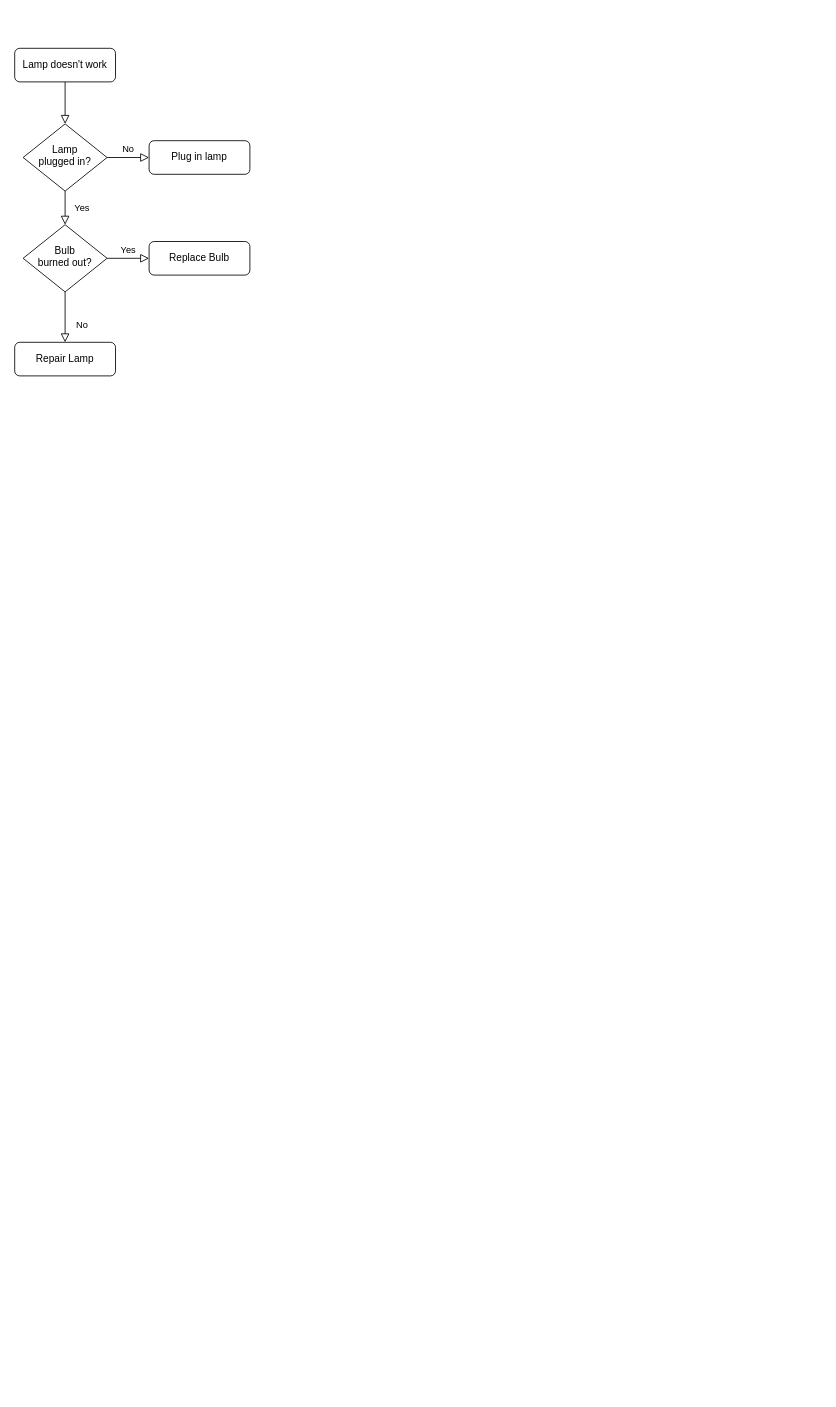
Before: 前端体系/Untitled Diagram.drawio in YouAge/StudyNotes, a draw.io diagram. Source tidied: cells renumbered, new cells numbered last; positions are measured from the earlier drawing's top-left corner, leaving out a move shared by most shapes. Both pictures are drawn from the tidied source at 84%, with x=0, y=0 at pixel (14, 48).
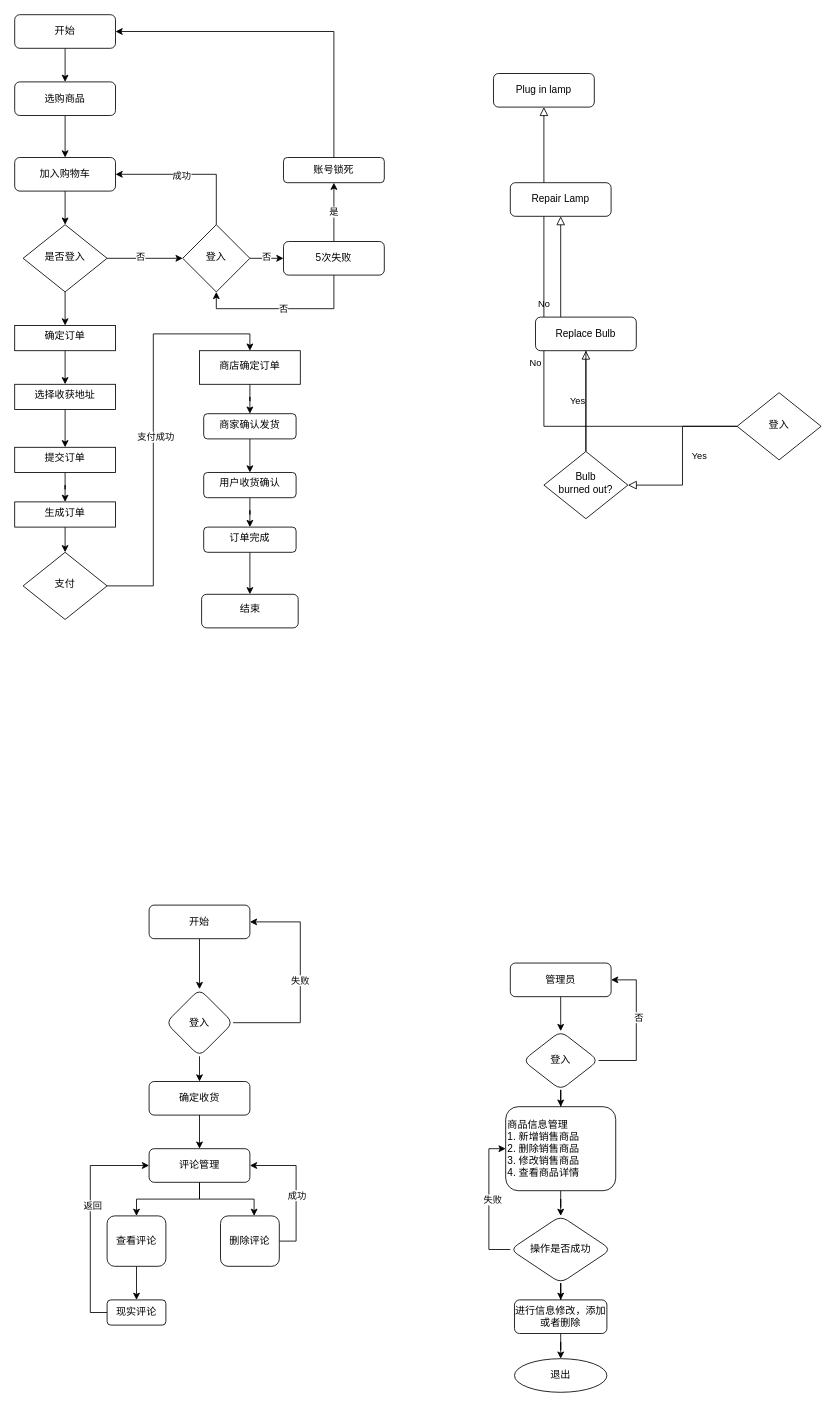
Above is the later version.

Change to the diagram source:
```diff
@@
-    <mxCell id="2" style="rounded=0;html=1;jettySize=auto;fontSize=11;endArrow=block;endFill=0;endSize=8;strokeWidth=1;shadow=0;labelBackgroundColor=none;edgeStyle=orthogonalEdgeStyle;" parent="1" edge="1" source="3" target="6">
-      <mxGeometry relative="1" as="geometry" />
-    </mxCell>
+    <mxCell id="13" style="edgeStyle=orthogonalEdgeStyle;rounded=0;jettySize=auto;html=1;exitX=0.5;exitY=1;exitDx=0;exitDy=0;entryX=0.5;entryY=0;entryDx=0;entryDy=0;" parent="1" edge="1" source="3" target="15">
+      <mxGeometry relative="1" as="geometry" />
+    </mxCell>
-    <mxCell id="3" value="Lamp doesn't work" style="rounded=1;whiteSpace=wrap;html=1;fontSize=12;glass=0;strokeWidth=1;shadow=0;" parent="1" vertex="1">
-      <mxGeometry width="120" height="40" as="geometry" />
+    <mxCell id="3" value="开始" style="rounded=1;whiteSpace=wrap;html=1;fontSize=12;glass=0;strokeWidth=1;shadow=0;" parent="1" vertex="1">
+      <mxGeometry y="-40" width="120" height="40" as="geometry" />
     </mxCell>
@@
-    <mxCell id="6" value="Lamp&lt;br&gt;plugged in?" style="rhombus;whiteSpace=wrap;html=1;shadow=0;fontFamily=Helvetica;fontSize=12;align=center;strokeWidth=1;spacing=6;spacingTop=-4;" parent="1" vertex="1">
-      <mxGeometry x="10" y="90" width="100" height="80" as="geometry" />
+    <mxCell id="6" value="登入" style="rhombus;whiteSpace=wrap;html=1;shadow=0;fontFamily=Helvetica;fontSize=12;align=center;strokeWidth=1;spacing=6;spacingTop=-4;" parent="1" vertex="1">
+      <mxGeometry x="860" y="410" width="100" height="80" as="geometry" />
     </mxCell>
     <mxCell id="7" value="Plug in lamp" style="rounded=1;whiteSpace=wrap;html=1;fontSize=12;glass=0;strokeWidth=1;shadow=0;" parent="1" vertex="1">
-      <mxGeometry x="160" y="110" width="120" height="40" as="geometry" />
+      <mxGeometry x="570" y="30" width="120" height="40" as="geometry" />
     </mxCell>
@@
     <mxCell id="10" value="Bulb&lt;br&gt;burned out?" style="rhombus;whiteSpace=wrap;html=1;shadow=0;fontFamily=Helvetica;fontSize=12;align=center;strokeWidth=1;spacing=6;spacingTop=-4;" parent="1" vertex="1">
-      <mxGeometry x="10" y="210" width="100" height="80" as="geometry" />
+      <mxGeometry x="630" y="480" width="100" height="80" as="geometry" />
     </mxCell>
     <mxCell id="11" value="Repair Lamp" style="rounded=1;whiteSpace=wrap;html=1;fontSize=12;glass=0;strokeWidth=1;shadow=0;" parent="1" vertex="1">
-      <mxGeometry y="350" width="120" height="40" as="geometry" />
+      <mxGeometry x="590" y="160" width="120" height="40" as="geometry" />
     </mxCell>
     <mxCell id="12" value="Replace Bulb" style="rounded=1;whiteSpace=wrap;html=1;fontSize=12;glass=0;strokeWidth=1;shadow=0;" parent="1" vertex="1">
-      <mxGeometry x="160" y="230" width="120" height="40" as="geometry" />
+      <mxGeometry x="620" y="320" width="120" height="40" as="geometry" />
     </mxCell>
+    <mxCell id="14" style="edgeStyle=orthogonalEdgeStyle;rounded=0;jettySize=auto;html=1;exitX=0.5;exitY=1;exitDx=0;exitDy=0;entryX=0.5;entryY=0;entryDx=0;entryDy=0;" parent="1" edge="1" source="15" target="17">
+      <mxGeometry relative="1" as="geometry" />
+    </mxCell>
+    <mxCell id="15" value="选购商品" style="rounded=1;whiteSpace=wrap;html=1;fontSize=12;glass=0;strokeWidth=1;shadow=0;" parent="1" vertex="1">
+      <mxGeometry y="40" width="120" height="40" as="geometry" />
+    </mxCell>
+    <mxCell id="16" style="edgeStyle=orthogonalEdgeStyle;rounded=0;jettySize=auto;html=1;exitX=0.5;exitY=1;exitDx=0;exitDy=0;entryX=0.5;entryY=0;entryDx=0;entryDy=0;" parent="1" edge="1" source="17" target="21">
+      <mxGeometry relative="1" as="geometry" />
+    </mxCell>
+    <mxCell id="17" value="加入购物车" style="rounded=1;whiteSpace=wrap;html=1;fontSize=12;glass=0;strokeWidth=1;shadow=0;" parent="1" vertex="1">
+      <mxGeometry y="130" width="120" height="40" as="geometry" />
+    </mxCell>
+    <mxCell id="18" style="edgeStyle=orthogonalEdgeStyle;rounded=0;jettySize=auto;html=1;" parent="1" edge="1" source="21" target="26">
+      <mxGeometry relative="1" as="geometry" />
+    </mxCell>
+    <mxCell id="19" value="否" style="edgeLabel;html=1;align=center;verticalAlign=middle;" parent="18" vertex="1">
+      <mxGeometry x="-0.13" y="2" relative="1" as="geometry" />
+    </mxCell>
+    <mxCell id="20" style="edgeStyle=orthogonalEdgeStyle;rounded=0;jettySize=auto;html=1;" parent="1" edge="1" source="21" target="28">
+      <mxGeometry relative="1" as="geometry" />
+    </mxCell>
+    <mxCell id="21" value="是否登入" style="rhombus;whiteSpace=wrap;html=1;shadow=0;fontFamily=Helvetica;fontSize=12;align=center;strokeWidth=1;spacing=6;spacingTop=-4;" parent="1" vertex="1">
+      <mxGeometry x="10" y="210" width="100" height="80" as="geometry" />
+    </mxCell>
+    <mxCell id="22" style="edgeStyle=orthogonalEdgeStyle;rounded=0;jettySize=auto;html=1;exitX=0.5;exitY=0;exitDx=0;exitDy=0;entryX=1;entryY=0.5;entryDx=0;entryDy=0;" parent="1" edge="1" source="26" target="17">
+      <mxGeometry relative="1" as="geometry" />
+    </mxCell>
+    <mxCell id="23" value="成功" style="edgeLabel;html=1;align=center;verticalAlign=middle;" parent="22" vertex="1">
+      <mxGeometry x="0.13" y="1" relative="1" as="geometry" />
+    </mxCell>
+    <mxCell id="24" style="edgeStyle=orthogonalEdgeStyle;rounded=0;jettySize=auto;html=1;exitX=1;exitY=0.5;exitDx=0;exitDy=0;entryX=0;entryY=0.5;entryDx=0;entryDy=0;" parent="1" edge="1" source="26" target="31">
+      <mxGeometry relative="1" as="geometry" />
+    </mxCell>
+    <mxCell id="25" value="否" style="edgeLabel;html=1;align=center;verticalAlign=middle;" parent="24" vertex="1">
+      <mxGeometry x="-0.05" y="2" relative="1" as="geometry" />
+    </mxCell>
+    <mxCell id="26" value="登入" style="rhombus;whiteSpace=wrap;html=1;shadow=0;strokeWidth=1;spacing=6;spacingTop=-4;" parent="1" vertex="1">
+      <mxGeometry x="200" y="210" width="80" height="80" as="geometry" />
+    </mxCell>
+    <mxCell id="27" style="edgeStyle=orthogonalEdgeStyle;rounded=0;jettySize=auto;html=1;" parent="1" edge="1" source="28" target="35">
+      <mxGeometry relative="1" as="geometry" />
+    </mxCell>
+    <mxCell id="28" value="确定订单" style="whiteSpace=wrap;html=1;shadow=0;strokeWidth=1;spacing=6;spacingTop=-4;" parent="1" vertex="1">
+      <mxGeometry y="330" width="120" height="30" as="geometry" />
+    </mxCell>
+    <mxCell id="29" value="是" style="edgeStyle=orthogonalEdgeStyle;rounded=0;jettySize=auto;html=1;" parent="1" edge="1" source="31" target="33">
+      <mxGeometry relative="1" as="geometry" />
+    </mxCell>
+    <mxCell id="30" value="否" style="edgeStyle=orthogonalEdgeStyle;rounded=0;jettySize=auto;html=1;exitX=0.5;exitY=1;exitDx=0;exitDy=0;entryX=0.5;entryY=1;entryDx=0;entryDy=0;" parent="1" edge="1" source="31" target="26">
+      <mxGeometry relative="1" as="geometry" />
+    </mxCell>
+    <mxCell id="31" value="5次失败" style="rounded=1;whiteSpace=wrap;html=1;fontSize=12;glass=0;strokeWidth=1;shadow=0;" parent="1" vertex="1">
+      <mxGeometry x="320" y="230" width="120" height="40" as="geometry" />
+    </mxCell>
+    <mxCell id="32" style="edgeStyle=orthogonalEdgeStyle;rounded=0;jettySize=auto;html=1;exitX=0.5;exitY=0;exitDx=0;exitDy=0;entryX=1;entryY=0.5;entryDx=0;entryDy=0;" parent="1" edge="1" source="33" target="3">
+      <mxGeometry relative="1" as="geometry" />
+    </mxCell>
+    <mxCell id="33" value="账号锁死" style="whiteSpace=wrap;html=1;rounded=1;glass=0;strokeWidth=1;shadow=0;" parent="1" vertex="1">
+      <mxGeometry x="320" y="130" width="120" height="30" as="geometry" />
+    </mxCell>
+    <mxCell id="34" style="edgeStyle=orthogonalEdgeStyle;rounded=0;jettySize=auto;html=1;" parent="1" edge="1" source="35" target="37">
+      <mxGeometry relative="1" as="geometry" />
+    </mxCell>
+    <mxCell id="35" value="选择收获地址" style="whiteSpace=wrap;html=1;shadow=0;strokeWidth=1;spacing=6;spacingTop=-4;" parent="1" vertex="1">
+      <mxGeometry y="400" width="120" height="30" as="geometry" />
+    </mxCell>
+    <mxCell id="36" style="edgeStyle=orthogonalEdgeStyle;rounded=0;jettySize=auto;html=1;" parent="1" edge="1" source="37" target="39">
+      <mxGeometry relative="1" as="geometry" />
+    </mxCell>
+    <mxCell id="37" value="提交订单" style="whiteSpace=wrap;html=1;shadow=0;strokeWidth=1;spacing=6;spacingTop=-4;" parent="1" vertex="1">
+      <mxGeometry y="475" width="120" height="30" as="geometry" />
+    </mxCell>
+    <mxCell id="38" style="edgeStyle=orthogonalEdgeStyle;rounded=0;jettySize=auto;html=1;" parent="1" edge="1" source="39">
+      <mxGeometry relative="1" as="geometry">
+        <mxPoint x="60" y="600" as="targetPoint" />
+      </mxGeometry>
+    </mxCell>
+    <mxCell id="39" value="生成订单" style="whiteSpace=wrap;html=1;shadow=0;strokeWidth=1;spacing=6;spacingTop=-4;" parent="1" vertex="1">
+      <mxGeometry y="540" width="120" height="30" as="geometry" />
+    </mxCell>
+    <mxCell id="40" style="edgeStyle=orthogonalEdgeStyle;rounded=0;jettySize=auto;html=1;exitX=1;exitY=0.5;exitDx=0;exitDy=0;entryX=0.5;entryY=0;entryDx=0;entryDy=0;" parent="1" edge="1" source="42" target="44">
+      <mxGeometry relative="1" as="geometry" />
+    </mxCell>
+    <mxCell id="41" value="支付成功" style="edgeLabel;html=1;align=center;verticalAlign=middle;" parent="40" vertex="1">
+      <mxGeometry x="-0.05" y="-2" relative="1" as="geometry" />
+    </mxCell>
+    <mxCell id="42" value="支付" style="rhombus;whiteSpace=wrap;html=1;shadow=0;fontFamily=Helvetica;fontSize=12;align=center;strokeWidth=1;spacing=6;spacingTop=-4;" parent="1" vertex="1">
+      <mxGeometry x="10" y="600" width="100" height="80" as="geometry" />
+    </mxCell>
+    <mxCell id="43" style="edgeStyle=orthogonalEdgeStyle;rounded=0;jettySize=auto;html=1;" parent="1" edge="1" source="44" target="46">
+      <mxGeometry relative="1" as="geometry" />
+    </mxCell>
+    <mxCell id="44" value="商店确定订单" style="whiteSpace=wrap;html=1;shadow=0;strokeWidth=1;spacing=6;spacingTop=-4;" parent="1" vertex="1">
+      <mxGeometry x="220" y="360" width="120" height="40" as="geometry" />
+    </mxCell>
+    <mxCell id="45" style="edgeStyle=orthogonalEdgeStyle;rounded=0;jettySize=auto;html=1;" parent="1" edge="1" source="46" target="48">
+      <mxGeometry relative="1" as="geometry" />
+    </mxCell>
+    <mxCell id="46" value="商家确认发货" style="rounded=1;whiteSpace=wrap;html=1;shadow=0;strokeWidth=1;spacing=6;spacingTop=-4;" parent="1" vertex="1">
+      <mxGeometry x="225" y="435" width="110" height="30" as="geometry" />
+    </mxCell>
+    <mxCell id="47" style="edgeStyle=orthogonalEdgeStyle;rounded=0;jettySize=auto;html=1;" parent="1" edge="1" source="48" target="50">
+      <mxGeometry relative="1" as="geometry" />
+    </mxCell>
+    <mxCell id="48" value="用户收货确认" style="whiteSpace=wrap;html=1;rounded=1;shadow=0;strokeWidth=1;spacing=6;spacingTop=-4;" parent="1" vertex="1">
+      <mxGeometry x="225" y="505" width="110" height="30" as="geometry" />
+    </mxCell>
+    <mxCell id="49" style="edgeStyle=orthogonalEdgeStyle;rounded=0;jettySize=auto;html=1;" parent="1" edge="1" source="50" target="51">
+      <mxGeometry relative="1" as="geometry" />
+    </mxCell>
+    <mxCell id="50" value="订单完成" style="rounded=1;whiteSpace=wrap;html=1;shadow=0;strokeWidth=1;spacing=6;spacingTop=-4;" parent="1" vertex="1">
+      <mxGeometry x="225" y="570" width="110" height="30" as="geometry" />
+    </mxCell>
+    <mxCell id="51" value="结束" style="rounded=1;whiteSpace=wrap;html=1;shadow=0;strokeWidth=1;spacing=6;spacingTop=-4;" parent="1" vertex="1">
+      <mxGeometry x="222.5" y="650" width="115" height="40" as="geometry" />
+    </mxCell>
+    <mxCell id="52" style="edgeStyle=orthogonalEdgeStyle;rounded=0;jettySize=auto;html=1;" parent="1" edge="1" source="53" target="56">
+      <mxGeometry relative="1" as="geometry" />
+    </mxCell>
+    <mxCell id="53" value="开始" style="rounded=1;whiteSpace=wrap;html=1;fontSize=12;glass=0;strokeWidth=1;shadow=0;" parent="1" vertex="1">
+      <mxGeometry x="160" y="1020" width="120" height="40" as="geometry" />
+    </mxCell>
+    <mxCell id="54" value="失败" style="edgeStyle=orthogonalEdgeStyle;rounded=0;jettySize=auto;html=1;exitX=1;exitY=0.5;exitDx=0;exitDy=0;entryX=1;entryY=0.5;entryDx=0;entryDy=0;" parent="1" edge="1" source="56" target="53">
+      <mxGeometry relative="1" as="geometry">
+        <Array as="points">
+          <mxPoint x="340" y="1160" />
+          <mxPoint x="340" y="1040" />
+        </Array>
+      </mxGeometry>
+    </mxCell>
+    <mxCell id="55" style="edgeStyle=orthogonalEdgeStyle;rounded=0;jettySize=auto;html=1;exitX=0.5;exitY=1;exitDx=0;exitDy=0;entryX=0.5;entryY=0;entryDx=0;entryDy=0;" parent="1" edge="1" source="56" target="58">
+      <mxGeometry relative="1" as="geometry" />
+    </mxCell>
+    <mxCell id="56" value="登入" style="rhombus;whiteSpace=wrap;html=1;rounded=1;glass=0;strokeWidth=1;shadow=0;" parent="1" vertex="1">
+      <mxGeometry x="180" y="1120" width="80" height="80" as="geometry" />
+    </mxCell>
+    <mxCell id="57" style="edgeStyle=orthogonalEdgeStyle;rounded=0;jettySize=auto;html=1;" parent="1" edge="1" source="58" target="61">
+      <mxGeometry relative="1" as="geometry" />
+    </mxCell>
+    <mxCell id="58" value="确定收货" style="rounded=1;whiteSpace=wrap;html=1;fontSize=12;glass=0;strokeWidth=1;shadow=0;" parent="1" vertex="1">
+      <mxGeometry x="160" y="1230" width="120" height="40" as="geometry" />
+    </mxCell>
+    <mxCell id="59" style="edgeStyle=orthogonalEdgeStyle;rounded=0;jettySize=auto;html=1;" parent="1" edge="1" source="61" target="63">
+      <mxGeometry relative="1" as="geometry" />
+    </mxCell>
+    <mxCell id="60" style="edgeStyle=orthogonalEdgeStyle;rounded=0;jettySize=auto;html=1;" parent="1" edge="1" source="61">
+      <mxGeometry relative="1" as="geometry">
+        <mxPoint x="285" y="1390" as="targetPoint" />
+        <Array as="points">
+          <mxPoint x="220" y="1370" />
+          <mxPoint x="285" y="1370" />
+        </Array>
+      </mxGeometry>
+    </mxCell>
+    <mxCell id="61" value="评论管理" style="rounded=1;whiteSpace=wrap;html=1;fontSize=12;glass=0;strokeWidth=1;shadow=0;" parent="1" vertex="1">
+      <mxGeometry x="160" y="1310" width="120" height="40" as="geometry" />
+    </mxCell>
+    <mxCell id="62" style="edgeStyle=orthogonalEdgeStyle;rounded=0;jettySize=auto;html=1;" parent="1" edge="1" source="63" target="69">
+      <mxGeometry relative="1" as="geometry" />
+    </mxCell>
+    <mxCell id="63" value="查看评论" style="rounded=1;whiteSpace=wrap;html=1;glass=0;strokeWidth=1;shadow=0;" parent="1" vertex="1">
+      <mxGeometry x="110" y="1390" width="70" height="60" as="geometry" />
+    </mxCell>
+    <mxCell id="64" style="edgeStyle=orthogonalEdgeStyle;rounded=0;jettySize=auto;html=1;exitX=1;exitY=0.5;exitDx=0;exitDy=0;entryX=1;entryY=0.5;entryDx=0;entryDy=0;" parent="1" edge="1" source="66" target="61">
+      <mxGeometry relative="1" as="geometry" />
+    </mxCell>
+    <mxCell id="65" value="成功" style="edgeLabel;html=1;align=center;verticalAlign=middle;" parent="64" vertex="1">
+      <mxGeometry x="-0.09" relative="1" as="geometry" />
+    </mxCell>
+    <mxCell id="66" value="删除评论" style="rounded=1;whiteSpace=wrap;html=1;glass=0;strokeWidth=1;shadow=0;" parent="1" vertex="1">
+      <mxGeometry x="245" y="1390" width="70" height="60" as="geometry" />
+    </mxCell>
+    <mxCell id="67" style="edgeStyle=orthogonalEdgeStyle;rounded=0;jettySize=auto;html=1;exitX=0;exitY=0.5;exitDx=0;exitDy=0;entryX=0;entryY=0.5;entryDx=0;entryDy=0;" parent="1" edge="1" source="69" target="61">
+      <mxGeometry relative="1" as="geometry" />
+    </mxCell>
+    <mxCell id="68" value="返回" style="edgeLabel;html=1;align=center;verticalAlign=middle;" parent="67" vertex="1">
+      <mxGeometry x="0.12" y="-2" relative="1" as="geometry" />
+    </mxCell>
+    <mxCell id="69" value="现实评论" style="rounded=1;whiteSpace=wrap;html=1;glass=0;strokeWidth=1;shadow=0;" parent="1" vertex="1">
+      <mxGeometry x="110" y="1490" width="70" height="30" as="geometry" />
+    </mxCell>
+    <mxCell id="70" style="edgeStyle=orthogonalEdgeStyle;rounded=0;jettySize=auto;html=1;exitX=0.5;exitY=1;exitDx=0;exitDy=0;" parent="1" edge="1" source="71" target="75">
+      <mxGeometry relative="1" as="geometry" />
+    </mxCell>
+    <mxCell id="71" value="管理员" style="rounded=1;whiteSpace=wrap;html=1;fontSize=12;glass=0;strokeWidth=1;shadow=0;" parent="1" vertex="1">
+      <mxGeometry x="590" y="1089" width="120" height="40" as="geometry" />
+    </mxCell>
+    <mxCell id="72" style="edgeStyle=orthogonalEdgeStyle;rounded=0;jettySize=auto;html=1;exitX=1;exitY=0.5;exitDx=0;exitDy=0;entryX=1;entryY=0.5;entryDx=0;entryDy=0;" parent="1" edge="1" source="75" target="71">
+      <mxGeometry relative="1" as="geometry">
+        <Array as="points">
+          <mxPoint x="740" y="1205" />
+          <mxPoint x="740" y="1109" />
+        </Array>
+      </mxGeometry>
+    </mxCell>
+    <mxCell id="73" value="否" style="edgeLabel;html=1;align=center;verticalAlign=middle;" parent="72" vertex="1">
+      <mxGeometry x="0.14" y="-2" relative="1" as="geometry" />
+    </mxCell>
+    <mxCell id="74" style="edgeStyle=orthogonalEdgeStyle;rounded=0;jettySize=auto;html=1;" parent="1" edge="1" source="75" target="77">
+      <mxGeometry relative="1" as="geometry" />
+    </mxCell>
+    <mxCell id="75" value="登入" style="rhombus;whiteSpace=wrap;html=1;rounded=1;glass=0;strokeWidth=1;shadow=0;" parent="1" vertex="1">
+      <mxGeometry x="605" y="1170" width="90" height="70" as="geometry" />
+    </mxCell>
+    <mxCell id="76" style="edgeStyle=orthogonalEdgeStyle;rounded=0;jettySize=auto;html=1;" parent="1" edge="1" source="77" target="81">
+      <mxGeometry relative="1" as="geometry" />
+    </mxCell>
+    <mxCell id="77" value="&lt;div style=&quot;text-align: justify&quot;&gt;&lt;span&gt;商品信息管理&lt;/span&gt;&lt;/div&gt;&lt;div style=&quot;text-align: justify&quot;&gt;&lt;span&gt;1. 新增销售商品&lt;/span&gt;&lt;/div&gt;&lt;div style=&quot;text-align: justify&quot;&gt;&lt;span&gt;2. 删除销售商品&lt;/span&gt;&lt;/div&gt;&lt;div style=&quot;text-align: justify&quot;&gt;&lt;span&gt;3. 修改销售商品&lt;/span&gt;&lt;/div&gt;&lt;div style=&quot;text-align: justify&quot;&gt;&lt;span&gt;4. 查看商品详情&lt;/span&gt;&lt;/div&gt;" style="rounded=1;whiteSpace=wrap;html=1;glass=0;strokeWidth=1;shadow=0;align=left;" parent="1" vertex="1">
+      <mxGeometry x="584.5" y="1260" width="131" height="100" as="geometry" />
+    </mxCell>
+    <mxCell id="78" style="edgeStyle=orthogonalEdgeStyle;rounded=0;jettySize=auto;html=1;exitX=0;exitY=0.5;exitDx=0;exitDy=0;entryX=0;entryY=0.5;entryDx=0;entryDy=0;" parent="1" edge="1" source="81" target="77">
+      <mxGeometry relative="1" as="geometry" />
+    </mxCell>
+    <mxCell id="79" value="失败" style="edgeLabel;html=1;align=center;verticalAlign=middle;" parent="78" vertex="1">
+      <mxGeometry x="0.03" y="-3" relative="1" as="geometry">
+        <mxPoint x="1" as="offset" />
+      </mxGeometry>
+    </mxCell>
+    <mxCell id="80" style="edgeStyle=orthogonalEdgeStyle;rounded=0;jettySize=auto;html=1;" parent="1" edge="1" source="81" target="83">
+      <mxGeometry relative="1" as="geometry" />
+    </mxCell>
+    <mxCell id="81" value="操作是否成功" style="rhombus;whiteSpace=wrap;html=1;align=center;rounded=1;glass=0;strokeWidth=1;shadow=0;" parent="1" vertex="1">
+      <mxGeometry x="590" y="1390" width="120" height="80" as="geometry" />
+    </mxCell>
+    <mxCell id="82" style="edgeStyle=orthogonalEdgeStyle;rounded=0;jettySize=auto;html=1;" parent="1" edge="1" source="83" target="84">
+      <mxGeometry relative="1" as="geometry" />
+    </mxCell>
+    <mxCell id="83" value="进行信息修改，添加或者删除" style="whiteSpace=wrap;html=1;rounded=1;glass=0;strokeWidth=1;shadow=0;" parent="1" vertex="1">
+      <mxGeometry x="595" y="1490" width="110" height="40" as="geometry" />
+    </mxCell>
+    <mxCell id="84" value="退出" style="ellipse;whiteSpace=wrap;html=1;rounded=1;glass=0;strokeWidth=1;shadow=0;" parent="1" vertex="1">
+      <mxGeometry x="595" y="1560" width="110" height="40" as="geometry" />
+    </mxCell>
```
